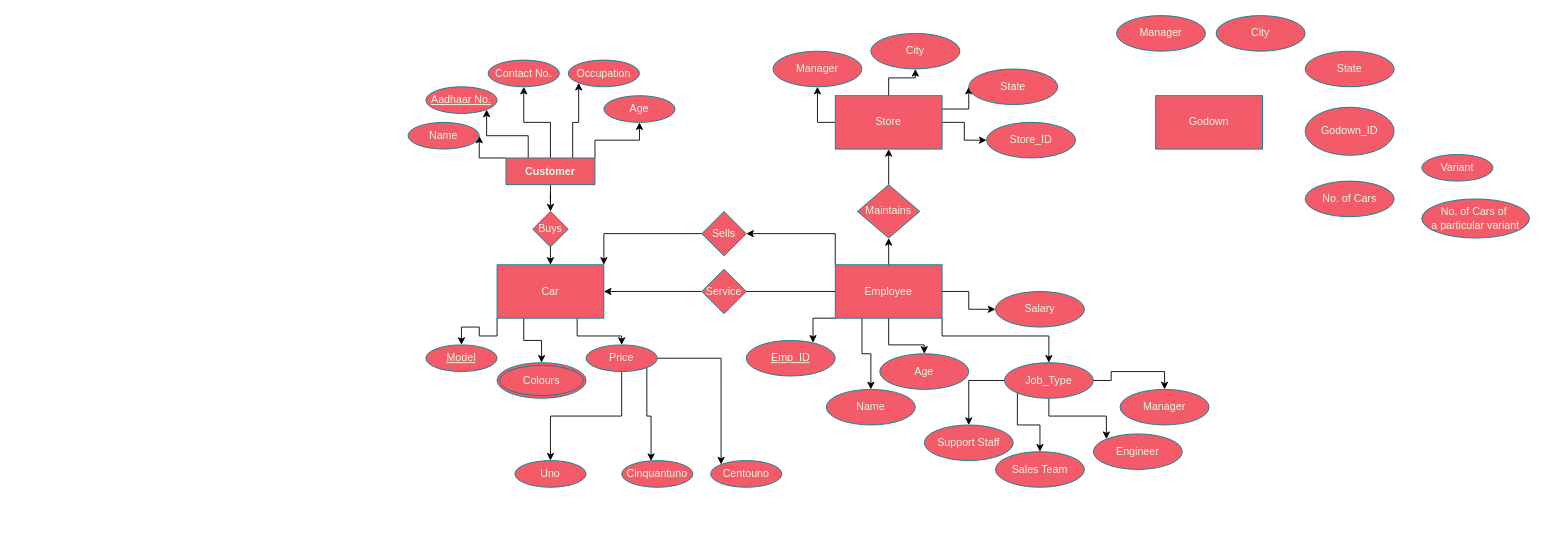
navneetnair7/DBMS keeps this draw.io diagram as Untitled Diagram.drawio. Above is the earlier version. Source tidied: cells renumbered, new cells numbered last; positions are measured from the earlier drawing's top-left corner, leaving out a move shared by most shapes. Both pictures are drawn from the tidied source at 89%, with x=0, y=0 at pixel (408, 15).
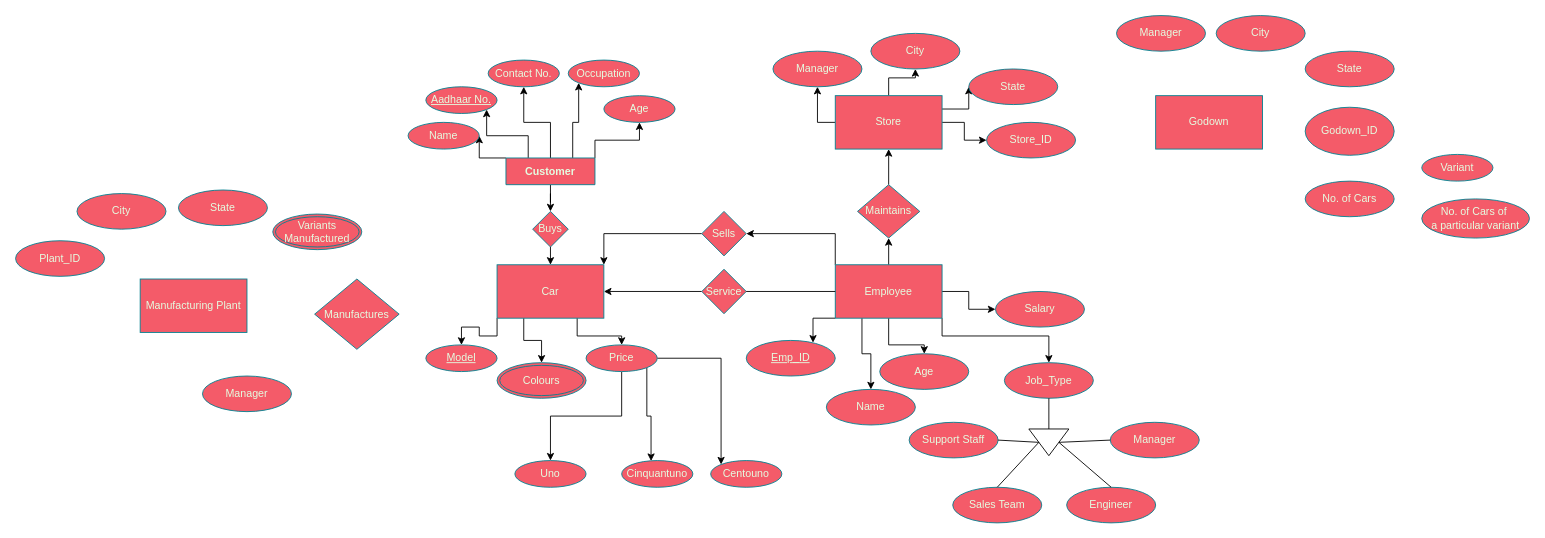
After the change.

Unchanged cells that the change refers to:
```xml
<mxCell id="57" value="Job_Type" style="ellipse;whiteSpace=wrap;html=1;align=center;strokeColor=#028090;fontColor=#E4FDE1;fillColor=#F45B69;" parent="1" vertex="1">
  <mxGeometry x="670" y="390" width="100" height="40" as="geometry" />
</mxCell>
```

Diff of the diagram source:
```diff
@@
-    <mxCell id="53" style="edgeStyle=orthogonalEdgeStyle;rounded=0;jettySize=auto;html=1;exitX=0;exitY=0.5;exitDx=0;exitDy=0;entryX=0.5;entryY=0;entryDx=0;entryDy=0;" parent="1" edge="1" source="57" target="58">
-      <mxGeometry relative="1" as="geometry" />
-    </mxCell>
-    <mxCell id="54" style="edgeStyle=orthogonalEdgeStyle;rounded=0;jettySize=auto;html=1;exitX=0;exitY=1;exitDx=0;exitDy=0;entryX=0.5;entryY=0;entryDx=0;entryDy=0;" parent="1" edge="1" source="57" target="59">
-      <mxGeometry relative="1" as="geometry" />
-    </mxCell>
-    <mxCell id="55" style="edgeStyle=orthogonalEdgeStyle;rounded=0;jettySize=auto;html=1;exitX=0.5;exitY=1;exitDx=0;exitDy=0;entryX=0;entryY=0;entryDx=0;entryDy=0;" parent="1" edge="1" source="57" target="60">
-      <mxGeometry relative="1" as="geometry" />
-    </mxCell>
-    <mxCell id="56" style="edgeStyle=orthogonalEdgeStyle;rounded=0;jettySize=auto;html=1;exitX=1;exitY=0.5;exitDx=0;exitDy=0;entryX=0.5;entryY=0;entryDx=0;entryDy=0;" parent="1" edge="1" source="57" target="61">
-      <mxGeometry relative="1" as="geometry" />
-    </mxCell>
@@
     <mxCell id="58" value="Support Staff" style="ellipse;whiteSpace=wrap;html=1;align=center;strokeColor=#028090;fontColor=#E4FDE1;fillColor=#F45B69;" parent="1" vertex="1">
-      <mxGeometry x="580" y="460" width="100" height="40" as="geometry" />
+      <mxGeometry x="563" y="457" width="100" height="40" as="geometry" />
     </mxCell>
     <mxCell id="59" value="Sales Team" style="ellipse;whiteSpace=wrap;html=1;align=center;strokeColor=#028090;fontColor=#E4FDE1;fillColor=#F45B69;" parent="1" vertex="1">
-      <mxGeometry x="660" y="490" width="100" height="40" as="geometry" />
+      <mxGeometry x="612" y="530" width="100" height="40" as="geometry" />
     </mxCell>
     <mxCell id="60" value="Engineer" style="ellipse;whiteSpace=wrap;html=1;align=center;strokeColor=#028090;fontColor=#E4FDE1;fillColor=#F45B69;" parent="1" vertex="1">
-      <mxGeometry x="770" y="470" width="100" height="40" as="geometry" />
+      <mxGeometry x="740" y="530" width="100" height="40" as="geometry" />
     </mxCell>
     <mxCell id="61" value="Manager" style="ellipse;whiteSpace=wrap;html=1;align=center;strokeColor=#028090;fontColor=#E4FDE1;fillColor=#F45B69;" parent="1" vertex="1">
-      <mxGeometry x="800" y="420" width="100" height="40" as="geometry" />
+      <mxGeometry x="789" y="457" width="100" height="40" as="geometry" />
     </mxCell>
@@
+    <mxCell id="74" value="Manufacturing Plant" style="rounded=0;whiteSpace=wrap;html=1;fillColor=#F45B69;strokeColor=#028090;fontColor=#E4FDE1;" parent="1" vertex="1">
+      <mxGeometry x="-301" y="296" width="120" height="60" as="geometry" />
+    </mxCell>
+    <mxCell id="75" value="Plant_ID" style="ellipse;whiteSpace=wrap;html=1;align=center;strokeColor=#028090;fontColor=#E4FDE1;fillColor=#F45B69;" parent="1" vertex="1">
+      <mxGeometry x="-441" y="253" width="100" height="40" as="geometry" />
+    </mxCell>
+    <mxCell id="76" value="City" style="ellipse;whiteSpace=wrap;html=1;align=center;strokeColor=#028090;fontColor=#E4FDE1;fillColor=#F45B69;" parent="1" vertex="1">
+      <mxGeometry x="-372" y="200" width="100" height="40" as="geometry" />
+    </mxCell>
+    <mxCell id="77" value="State" style="ellipse;whiteSpace=wrap;html=1;align=center;strokeColor=#028090;fontColor=#E4FDE1;fillColor=#F45B69;" parent="1" vertex="1">
+      <mxGeometry x="-258" y="196" width="100" height="40" as="geometry" />
+    </mxCell>
+    <mxCell id="78" value="Variants Manufactured" style="ellipse;shape=doubleEllipse;margin=3;whiteSpace=wrap;html=1;align=center;strokeColor=#028090;fontColor=#E4FDE1;fillColor=#F45B69;" parent="1" vertex="1">
+      <mxGeometry x="-152" y="223" width="100" height="40" as="geometry" />
+    </mxCell>
+    <mxCell id="79" value="Manufactures" style="rhombus;whiteSpace=wrap;html=1;fillColor=#F45B69;strokeColor=#028090;fontColor=#E4FDE1;" parent="1" vertex="1">
+      <mxGeometry x="-105" y="296" width="95" height="79" as="geometry" />
+    </mxCell>
+    <mxCell id="80" value="Manager" style="ellipse;whiteSpace=wrap;html=1;align=center;strokeColor=#028090;fontColor=#E4FDE1;fillColor=#F45B69;" parent="1" vertex="1">
+      <mxGeometry x="-231" y="405" width="100" height="40" as="geometry" />
+    </mxCell>
+    <mxCell id="81" style="triangle;whiteSpace=wrap;html=1;rotation=90;" parent="1" vertex="1">
+      <mxGeometry x="705" y="457" width="30" height="45" as="geometry" />
+    </mxCell>
+    <mxCell id="82" style="endArrow=none;html=1;rounded=0;entryX=0.5;entryY=1;entryDx=0;entryDy=0;exitX=0;exitY=0.5;exitDx=0;exitDy=0;" parent="1" edge="1" source="81" target="57">
+      <mxGeometry relative="1" as="geometry" />
+    </mxCell>
+    <mxCell id="83" style="endArrow=none;html=1;rounded=0;entryX=1;entryY=0.5;entryDx=0;entryDy=0;exitX=0.5;exitY=1;exitDx=0;exitDy=0;" parent="1" edge="1" source="81" target="58">
+      <mxGeometry relative="1" as="geometry" />
+    </mxCell>
+    <mxCell id="84" style="endArrow=none;html=1;rounded=0;entryX=0.5;entryY=1;entryDx=0;entryDy=0;exitX=0.5;exitY=0;exitDx=0;exitDy=0;" parent="1" edge="1" source="59" target="81">
+      <mxGeometry relative="1" as="geometry" />
+    </mxCell>
+    <mxCell id="85" style="endArrow=none;html=1;rounded=0;entryX=0;entryY=0.5;entryDx=0;entryDy=0;exitX=0.5;exitY=0;exitDx=0;exitDy=0;" parent="1" edge="1" source="81" target="61">
+      <mxGeometry relative="1" as="geometry" />
+    </mxCell>
+    <mxCell id="86" style="endArrow=none;html=1;rounded=0;entryX=0.5;entryY=0;entryDx=0;entryDy=0;exitX=0.5;exitY=0;exitDx=0;exitDy=0;" parent="1" edge="1" source="60" target="81">
+      <mxGeometry relative="1" as="geometry" />
+    </mxCell>
```
